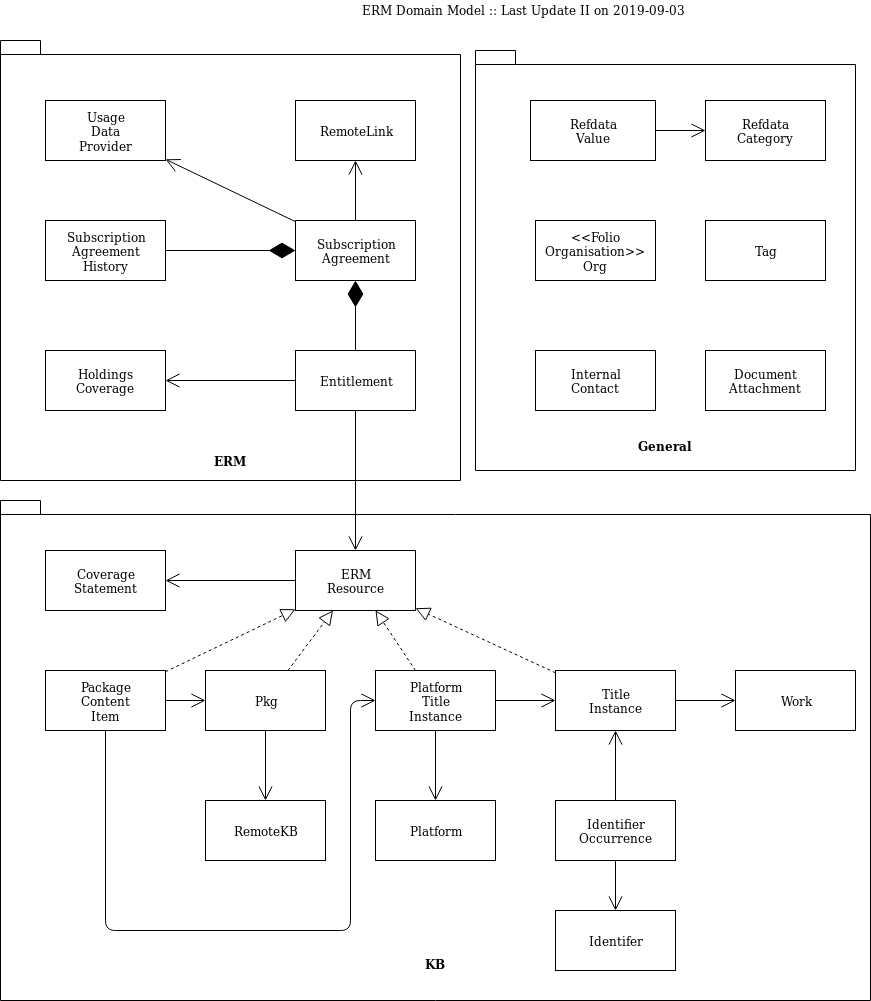
Earlier version of the draw.io export doc/mod-agreements-data-model.png (sosguthorpe/mod-erm). Source tidied: cells renumbered, new cells last; positions are measured from the earlier drawing's top-left corner, leaving out a move shared by most shapes.
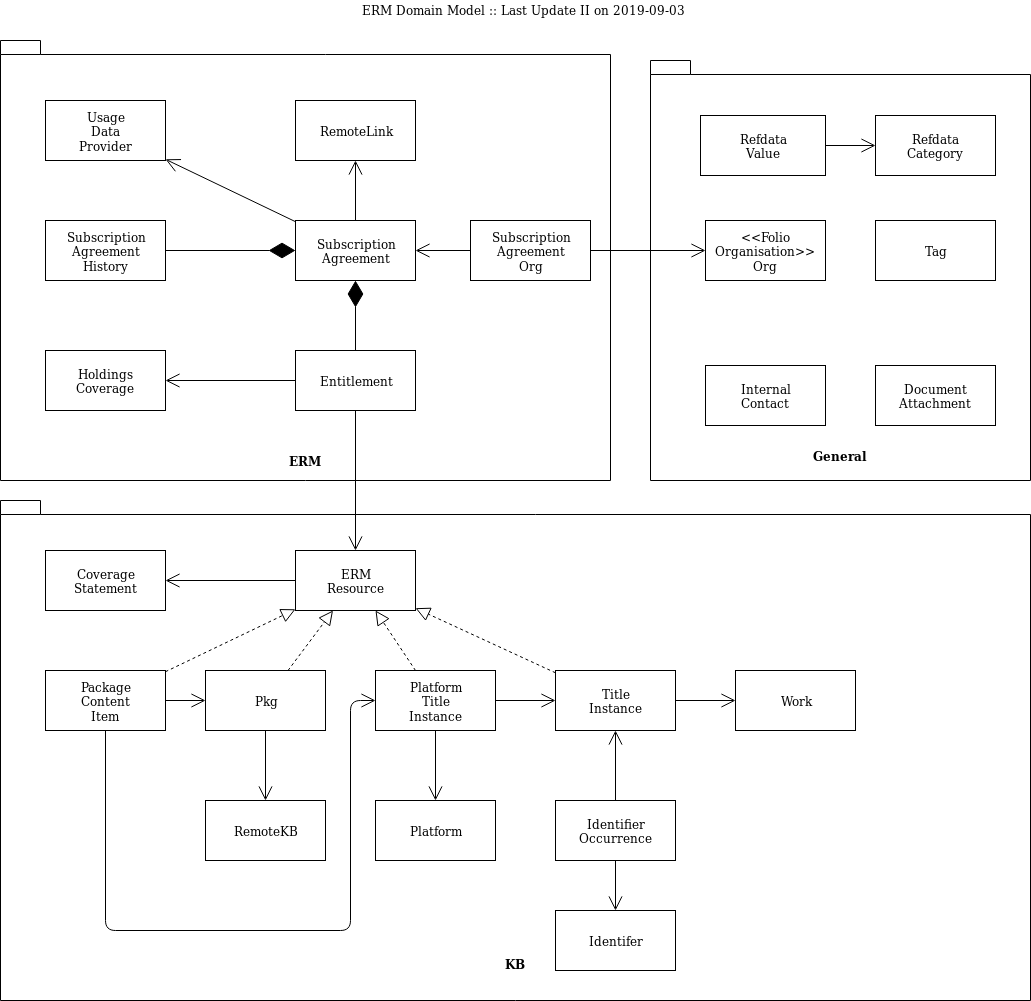
Later version of the same file.

The edit, as a diff of the source:
```diff
@@ -3,13 +3,13 @@
     <mxCell id="0" />
     <mxCell id="1" parent="0" />
     <mxCell id="2" value="&lt;br&gt;&lt;div&gt;&lt;br&gt;&lt;/div&gt;&lt;div&gt;&lt;br&gt;&lt;/div&gt;&lt;div&gt;&lt;br&gt;&lt;/div&gt;&lt;div&gt;&lt;br&gt;&lt;/div&gt;&lt;div&gt;&lt;br&gt;&lt;/div&gt;&lt;div&gt;&lt;br&gt;&lt;/div&gt;&lt;div&gt;&lt;br&gt;&lt;/div&gt;&lt;div&gt;&lt;br&gt;&lt;/div&gt;&lt;div&gt;&lt;br&gt;&lt;/div&gt;&lt;div&gt;&lt;br&gt;&lt;/div&gt;&lt;div&gt;&lt;br&gt;&lt;/div&gt;&lt;div&gt;&lt;br&gt;&lt;/div&gt;&lt;div&gt;&lt;br&gt;&lt;/div&gt;&lt;div&gt;&lt;br&gt;&lt;/div&gt;&lt;div&gt;&lt;br&gt;&lt;/div&gt;&lt;div&gt;&lt;br&gt;&lt;/div&gt;&lt;div&gt;&lt;br&gt;&lt;/div&gt;&lt;div&gt;&lt;br&gt;&lt;/div&gt;&lt;div&gt;&lt;br&gt;&lt;/div&gt;&lt;div&gt;&lt;br&gt;&lt;/div&gt;&lt;div&gt;&lt;br&gt;&lt;/div&gt;&lt;div&gt;&lt;br&gt;&lt;/div&gt;&lt;div&gt;&lt;br&gt;&lt;/div&gt;&lt;div&gt;&lt;br&gt;&lt;/div&gt;&lt;div&gt;&lt;br&gt;&lt;/div&gt;&lt;div&gt;&lt;br&gt;&lt;/div&gt;&lt;div&gt;&lt;br&gt;&lt;/div&gt;&lt;div&gt;&lt;br&gt;&lt;/div&gt;&lt;div&gt;KB&lt;/div&gt;" style="shape=folder;fontStyle=1;spacingTop=10;tabWidth=40;tabHeight=14;tabPosition=left;html=1;" parent="1" vertex="1">
-      <mxGeometry y="500" width="870" height="500" as="geometry" />
+      <mxGeometry y="500" width="1030" height="500" as="geometry" />
     </mxCell>
     <mxCell id="3" value="&lt;div&gt;&lt;br&gt;&lt;/div&gt;&lt;div&gt;&lt;br&gt;&lt;/div&gt;&lt;div&gt;&lt;br&gt;&lt;/div&gt;&lt;div&gt;&lt;br&gt;&lt;/div&gt;&lt;div&gt;&lt;br&gt;&lt;/div&gt;&lt;div&gt;&lt;br&gt;&lt;/div&gt;&lt;div&gt;&lt;br&gt;&lt;/div&gt;&lt;div&gt;&lt;br&gt;&lt;/div&gt;&lt;div&gt;&lt;br&gt;&lt;/div&gt;&lt;div&gt;&lt;br&gt;&lt;/div&gt;&lt;div&gt;&lt;br&gt;&lt;/div&gt;&lt;div&gt;&lt;br&gt;&lt;/div&gt;&lt;div&gt;&lt;br&gt;&lt;/div&gt;&lt;div&gt;&lt;br&gt;&lt;/div&gt;&lt;div&gt;&lt;br&gt;&lt;/div&gt;&lt;div&gt;&lt;br&gt;&lt;/div&gt;&lt;div&gt;&lt;br&gt;&lt;/div&gt;&lt;div&gt;&lt;br&gt;&lt;/div&gt;&lt;div&gt;&lt;br&gt;&lt;/div&gt;&lt;div&gt;&lt;br&gt;&lt;/div&gt;&lt;div&gt;&lt;br&gt;&lt;/div&gt;&lt;div&gt;&lt;br&gt;&lt;/div&gt;&lt;div&gt;&lt;br&gt;&lt;/div&gt;&lt;div&gt;&lt;br&gt;&lt;/div&gt;&lt;div&gt;&lt;br&gt;&lt;/div&gt;&lt;div&gt;&lt;br&gt;&lt;/div&gt;&lt;div&gt;&lt;br&gt;&lt;/div&gt;&lt;div&gt;ERM&lt;/div&gt;" style="shape=folder;fontStyle=1;spacingTop=10;tabWidth=40;tabHeight=14;tabPosition=left;html=1;" parent="1" vertex="1">
-      <mxGeometry y="40" width="460" height="440" as="geometry" />
+      <mxGeometry y="40" width="610" height="440" as="geometry" />
     </mxCell>
     <mxCell id="4" value="&lt;div&gt;&lt;br&gt;&lt;/div&gt;&lt;div&gt;&lt;br&gt;&lt;/div&gt;&lt;div&gt;&lt;br&gt;&lt;/div&gt;&lt;div&gt;&lt;br&gt;&lt;/div&gt;&lt;div&gt;&lt;br&gt;&lt;/div&gt;&lt;div&gt;&lt;br&gt;&lt;/div&gt;&lt;div&gt;&lt;br&gt;&lt;/div&gt;&lt;div&gt;&lt;br&gt;&lt;/div&gt;&lt;div&gt;&lt;br&gt;&lt;/div&gt;&lt;div&gt;&lt;br&gt;&lt;/div&gt;&lt;div&gt;&lt;br&gt;&lt;/div&gt;&lt;div&gt;&lt;br&gt;&lt;/div&gt;&lt;div&gt;&lt;br&gt;&lt;/div&gt;&lt;div&gt;&lt;br&gt;&lt;/div&gt;&lt;div&gt;&lt;br&gt;&lt;/div&gt;&lt;div&gt;&lt;br&gt;&lt;/div&gt;&lt;div&gt;&lt;br&gt;&lt;/div&gt;&lt;div&gt;&lt;br&gt;&lt;/div&gt;&lt;div&gt;&lt;br&gt;&lt;/div&gt;&lt;div&gt;&lt;br&gt;&lt;/div&gt;&lt;div&gt;&lt;br&gt;&lt;/div&gt;&lt;div&gt;&lt;br&gt;&lt;/div&gt;&lt;div&gt;&lt;br&gt;&lt;/div&gt;&lt;div&gt;&lt;br&gt;&lt;/div&gt;&lt;div&gt;&lt;br&gt;&lt;/div&gt;&lt;div&gt;General&lt;br&gt;&lt;/div&gt;" style="shape=folder;fontStyle=1;spacingTop=10;tabWidth=40;tabHeight=14;tabPosition=left;html=1;" parent="1" vertex="1">
-      <mxGeometry x="475" y="50" width="380" height="420" as="geometry" />
+      <mxGeometry x="650" y="60" width="380" height="420" as="geometry" />
     </mxCell>
     <mxCell id="5" value="&lt;div&gt;RemoteLink&lt;/div&gt;" style="rounded=0;whiteSpace=wrap;html=1;" parent="1" vertex="1">
       <mxGeometry x="295" y="100" width="120" height="60" as="geometry" />
@@ -111,25 +111,25 @@
       <mxGeometry relative="1" as="geometry" />
     </mxCell>
     <mxCell id="38" value="&lt;div&gt;Refdata&lt;/div&gt;&lt;div&gt;Value&lt;br&gt;&lt;/div&gt;" style="rounded=0;whiteSpace=wrap;html=1;" parent="1" vertex="1">
-      <mxGeometry x="530" y="100" width="125" height="60" as="geometry" />
+      <mxGeometry x="700" y="115" width="125" height="60" as="geometry" />
     </mxCell>
     <mxCell id="39" value="&lt;div&gt;Refdata&lt;/div&gt;&lt;div&gt;Category&lt;br&gt;&lt;/div&gt;" style="rounded=0;whiteSpace=wrap;html=1;" parent="1" vertex="1">
-      <mxGeometry x="705" y="100" width="120" height="60" as="geometry" />
+      <mxGeometry x="875" y="115" width="120" height="60" as="geometry" />
     </mxCell>
     <mxCell id="40" style="endArrow=open;endFill=1;endSize=12;html=1;" parent="1" edge="1" source="38" target="39">
       <mxGeometry relative="1" as="geometry" />
     </mxCell>
     <mxCell id="41" value="&lt;div&gt;&amp;lt;&amp;lt;Folio Organisation&amp;gt;&amp;gt;&lt;/div&gt;&lt;div&gt;Org&lt;br&gt;&lt;/div&gt;" style="rounded=0;whiteSpace=wrap;html=1;" parent="1" vertex="1">
-      <mxGeometry x="535" y="220" width="120" height="60" as="geometry" />
+      <mxGeometry x="705" y="220" width="120" height="60" as="geometry" />
     </mxCell>
     <mxCell id="42" value="&lt;div&gt;Internal&lt;/div&gt;&lt;div&gt;Contact&lt;br&gt;&lt;/div&gt;" style="rounded=0;whiteSpace=wrap;html=1;" parent="1" vertex="1">
-      <mxGeometry x="535" y="350" width="120" height="60" as="geometry" />
+      <mxGeometry x="705" y="365" width="120" height="60" as="geometry" />
     </mxCell>
     <mxCell id="43" value="Tag" style="rounded=0;whiteSpace=wrap;html=1;" parent="1" vertex="1">
-      <mxGeometry x="705" y="220" width="120" height="60" as="geometry" />
+      <mxGeometry x="875" y="220" width="120" height="60" as="geometry" />
     </mxCell>
     <mxCell id="44" value="&lt;div&gt;Document&lt;/div&gt;&lt;div&gt;Attachment&lt;br&gt;&lt;/div&gt;" style="rounded=0;whiteSpace=wrap;html=1;" parent="1" vertex="1">
-      <mxGeometry x="705" y="350" width="120" height="60" as="geometry" />
+      <mxGeometry x="875" y="365" width="120" height="60" as="geometry" />
     </mxCell>
     <mxCell id="45" style="endArrow=open;endFill=1;endSize=12;html=1;" parent="1" edge="1" source="13" target="14">
       <mxGeometry relative="1" as="geometry" />
@@ -149,5 +149,14 @@
     <mxCell id="48" value="ERM Domain Model :: Last Update II on 2019-09-03" style="text;html=1;align=left;verticalAlign=top;spacingTop=-4;" parent="1" vertex="1">
       <mxGeometry x="360" width="340" height="20" as="geometry" />
     </mxCell>
+    <mxCell id="49" value="&lt;div&gt;Subscription&lt;/div&gt;&lt;div&gt;Agreement&lt;/div&gt;&lt;div&gt;Org&lt;br&gt;&lt;/div&gt;" style="rounded=0;whiteSpace=wrap;html=1;" parent="1" vertex="1">
+      <mxGeometry x="470" y="220" width="120" height="60" as="geometry" />
+    </mxCell>
+    <mxCell id="50" style="endArrow=open;endFill=1;endSize=12;html=1;" parent="1" edge="1" source="49" target="6">
+      <mxGeometry relative="1" as="geometry" />
+    </mxCell>
+    <mxCell id="51" style="endArrow=open;endFill=1;endSize=12;html=1;" parent="1" edge="1" source="49" target="41">
+      <mxGeometry relative="1" as="geometry" />
+    </mxCell>
   </root>
 </mxGraphModel>
```
